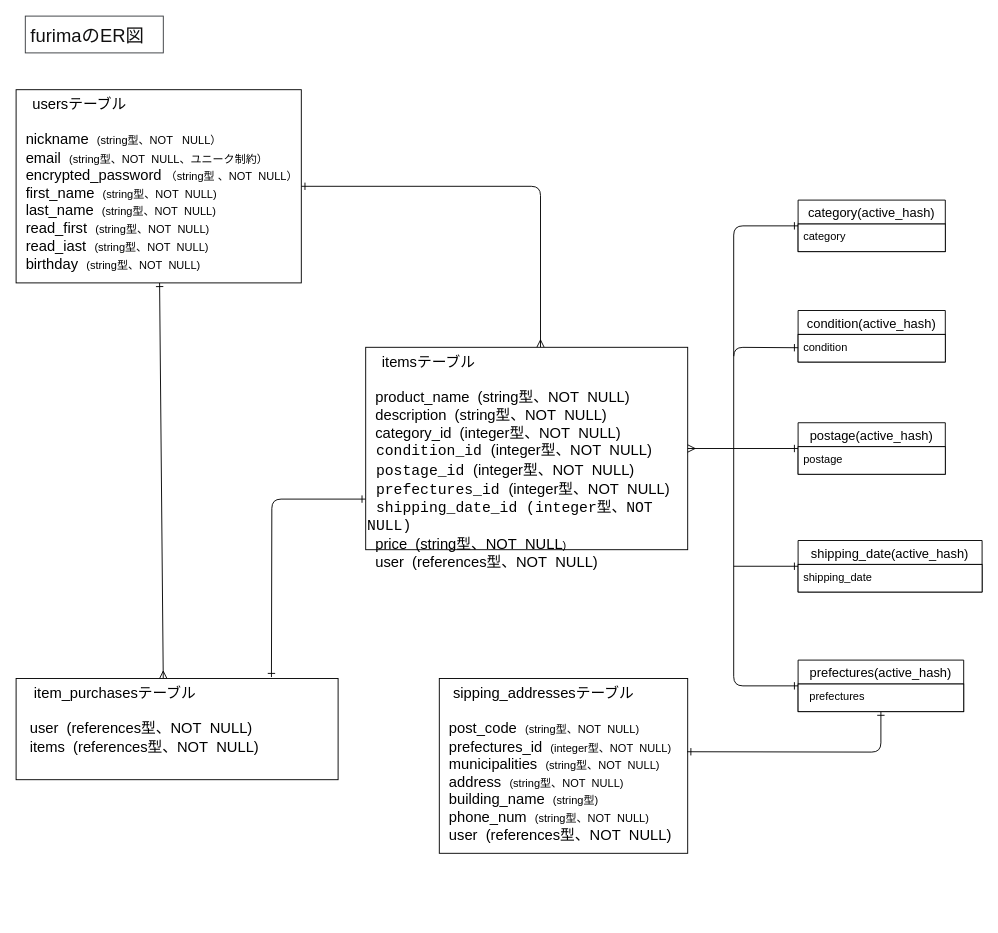
saku-naka/furima-39533 keeps this draw.io diagram as er.dio. Above is the earlier version. Source tidied: cells renumbered, new cells numbered last; positions are measured from the earlier drawing's top-left corner, leaving out a move shared by most shapes. Both pictures are drawn from the tidied source at 92%, with x=0, y=0 at pixel (16, 16).
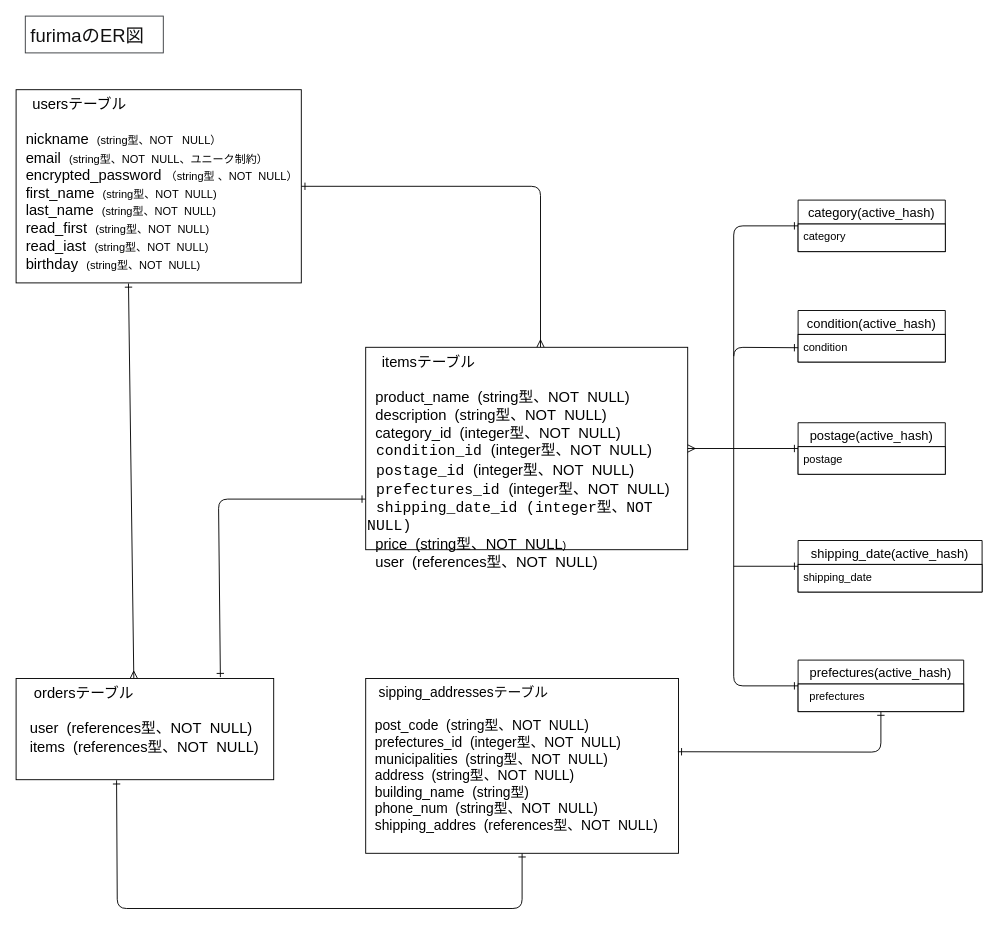
The same page after the edit.

Commit message (it also covers changes not shown here):
訂正しました

Unchanged cells that the change refers to:
```xml
<mxCell id="5" value="　usersテーブル&lt;br&gt;&lt;br&gt;&amp;nbsp; nickname&amp;nbsp; &lt;font style=&quot;font-size: 12px;&quot;&gt;(string型、NOT&amp;nbsp; &amp;nbsp;NULL）&lt;/font&gt;&lt;br&gt;&amp;nbsp; email&amp;nbsp;&amp;nbsp;&lt;span style=&quot;font-size: 12px;&quot;&gt;(string型、NOT&amp;nbsp; NULL、ユニーク制約）&lt;/span&gt;&lt;br&gt;&amp;nbsp; encrypted_password&amp;nbsp;&lt;font style=&quot;font-size: 12px;&quot;&gt;（string型 、NOT&amp;nbsp; NULL）&lt;/font&gt;&lt;br&gt;&amp;nbsp; first_name&amp;nbsp; &lt;font style=&quot;font-size: 12px;&quot;&gt;(string型、NOT&amp;nbsp; NULL)&lt;/font&gt;&lt;br&gt;&amp;nbsp; last_name&amp;nbsp; &lt;font style=&quot;font-size: 12px;&quot;&gt;(string型、NOT&amp;nbsp; NULL)&lt;br&gt;&lt;/font&gt;&amp;nbsp; read_first&amp;nbsp;&amp;nbsp;&lt;font style=&quot;font-size: 12px;&quot;&gt;(string型、NOT&amp;nbsp; NULL)&lt;br&gt;&lt;/font&gt;&amp;nbsp; read_iast&amp;nbsp;&amp;nbsp;&lt;font style=&quot;font-size: 12px;&quot;&gt;(string型、NOT&amp;nbsp; NULL)&lt;/font&gt;&lt;br&gt;&amp;nbsp; birthday&amp;nbsp; &lt;font style=&quot;font-size: 12px;&quot;&gt;(string型、NOT&amp;nbsp; NULL)&lt;/font&gt;" style="rounded=0;whiteSpace=wrap;html=1;fontSize=16;align=left;verticalAlign=top;direction=west;labelBackgroundColor=none;fillColor=default;" parent="1" vertex="1">
  <mxGeometry y="80" width="310" height="210" as="geometry" />
</mxCell>
<mxCell id="7" value="　itemsテーブル&lt;br&gt;&lt;br&gt;&amp;nbsp;&lt;font style=&quot;font-size: 16px;&quot;&gt; product_name&amp;nbsp; &lt;font style=&quot;font-size: 16px;&quot;&gt;(string型、NOT&amp;nbsp; NULL)&lt;/font&gt;&lt;br&gt;&amp;nbsp; description&amp;nbsp; &lt;font style=&quot;font-size: 16px;&quot;&gt;(string型、NOT&amp;nbsp; NULL)&lt;/font&gt;&lt;br&gt;&amp;nbsp; &lt;font style=&quot;font-size: 16px;&quot;&gt;category_id&amp;nbsp; (integer型、NOT&amp;nbsp; NULL)&lt;br&gt;&lt;/font&gt;&lt;span style=&quot;font-family: Consolas, &amp;quot;Courier New&amp;quot;, monospace;&quot;&gt;&amp;nbsp;condition_id&amp;nbsp;&lt;/span&gt;(integer型、NOT&amp;nbsp; NULL)&lt;br&gt;&lt;span style=&quot;font-family: Consolas, &amp;quot;Courier New&amp;quot;, monospace;&quot;&gt;&amp;nbsp;&lt;/span&gt;&lt;span style=&quot;font-family: Consolas, &amp;quot;Courier New&amp;quot;, monospace;&quot;&gt;postage_id&amp;nbsp;&lt;/span&gt;(integer型、NOT&amp;nbsp; NULL)&lt;br&gt;&lt;span style=&quot;font-family: Consolas, &amp;quot;Courier New&amp;quot;, monospace;&quot;&gt;&amp;nbsp;prefectures&lt;/span&gt;&lt;span style=&quot;font-family: Consolas, &amp;quot;Courier New&amp;quot;, monospace;&quot;&gt;_id&amp;nbsp;&lt;/span&gt;(integer型、NOT&amp;nbsp; NULL)&lt;br&gt;&lt;/font&gt;&lt;div style=&quot;font-family: Consolas, &amp;quot;Courier New&amp;quot;, monospace; line-height: 19px;&quot;&gt;&lt;font style=&quot;font-size: 16px;&quot;&gt;&amp;nbsp;shipping_date_id (integer型、NOT NULL)&lt;/font&gt;&lt;/div&gt;&lt;font style=&quot;font-size: 16px;&quot;&gt;&amp;nbsp; price&amp;nbsp; &lt;font style=&quot;font-size: 16px;&quot;&gt;(string型、NOT&amp;nbsp; NULL&lt;/font&gt;&lt;/font&gt;&lt;font style=&quot;font-size: 12px;&quot;&gt;)&lt;/font&gt;&lt;br&gt;&amp;nbsp; user&amp;nbsp; (references型、NOT&amp;nbsp; NULL)" style="rounded=0;whiteSpace=wrap;html=1;fontSize=16;align=left;verticalAlign=top;labelBackgroundColor=none;" parent="1" vertex="1">
  <mxGeometry x="380" y="360" width="350" height="220" as="geometry" />
</mxCell>
```

Change to the diagram source:
```diff
@@
-    <mxCell id="4" style="edgeStyle=none;html=1;fontSize=16;startArrow=ERone;startFill=0;endArrow=ERmany;endFill=0;entryX=0.457;entryY=0;entryDx=0;entryDy=0;entryPerimeter=0;labelBackgroundColor=none;" parent="1" edge="1" source="5" target="8">
+    <mxCell id="4" style="edgeStyle=none;html=1;fontSize=16;startArrow=ERone;startFill=0;endArrow=ERmany;endFill=0;entryX=0.457;entryY=0;entryDx=0;entryDy=0;entryPerimeter=0;labelBackgroundColor=none;exitX=0.606;exitY=-0.003;exitDx=0;exitDy=0;exitPerimeter=0;" parent="1" edge="1" source="5" target="8">
       <mxGeometry relative="1" as="geometry" />
     </mxCell>
@@
     <mxCell id="6" style="edgeStyle=none;html=1;exitX=0;exitY=0.75;exitDx=0;exitDy=0;entryX=0.793;entryY=-0.014;entryDx=0;entryDy=0;entryPerimeter=0;fontSize=16;startArrow=ERone;startFill=0;endArrow=ERone;endFill=0;labelBackgroundColor=none;" parent="1" edge="1" source="7" target="8">
       <mxGeometry relative="1" as="geometry">
         <Array as="points">
-          <mxPoint x="278" y="525" />
+          <mxPoint x="220" y="525" />
         </Array>
       </mxGeometry>
     </mxCell>
@@
-    <mxCell id="8" value="&amp;nbsp; &amp;nbsp; item_purchasesテーブル&lt;br&gt;&lt;br&gt;&amp;nbsp;&amp;nbsp;&amp;nbsp;user&amp;nbsp; (references型、NOT&amp;nbsp; NULL)&lt;br&gt;&amp;nbsp; &amp;nbsp;items&amp;nbsp; (references型、NOT&amp;nbsp; NULL)" style="rounded=0;whiteSpace=wrap;html=1;fontSize=16;align=left;verticalAlign=top;labelBackgroundColor=none;" parent="1" vertex="1">
-      <mxGeometry y="720" width="350" height="110" as="geometry" />
+    <mxCell id="8" value="&amp;nbsp; &amp;nbsp; ordersテーブル&lt;br&gt;&lt;br&gt;&amp;nbsp;&amp;nbsp;&amp;nbsp;user&amp;nbsp; (references型、NOT&amp;nbsp; NULL)&lt;br&gt;&amp;nbsp; &amp;nbsp;items&amp;nbsp; (references型、NOT&amp;nbsp; NULL)" style="rounded=0;whiteSpace=wrap;html=1;fontSize=16;align=left;verticalAlign=top;labelBackgroundColor=none;" parent="1" vertex="1">
+      <mxGeometry y="720" width="280" height="110" as="geometry" />
     </mxCell>
+    <mxCell id="26" style="edgeStyle=none;html=1;entryX=0.39;entryY=1.006;entryDx=0;entryDy=0;entryPerimeter=0;fontSize=15;startArrow=ERone;startFill=0;endArrow=ERone;endFill=0;" parent="1" edge="1" source="9" target="8">
+      <mxGeometry relative="1" as="geometry">
+        <Array as="points">
+          <mxPoint x="550" y="970" />
+          <mxPoint x="110" y="970" />
+        </Array>
+      </mxGeometry>
+    </mxCell>
-    <mxCell id="9" value="&amp;nbsp; &amp;nbsp;sipping_addresses&lt;span style=&quot;background-color: initial;&quot;&gt;テーブル&lt;/span&gt;&lt;br&gt;&lt;br&gt;&amp;nbsp; post_code&amp;nbsp;&amp;nbsp;&lt;font style=&quot;font-size: 12px;&quot;&gt;(string型、NOT&amp;nbsp; NULL)&lt;/font&gt;&lt;br&gt;&amp;nbsp; prefectures_id&amp;nbsp;&amp;nbsp;&lt;font style=&quot;font-size: 12px;&quot;&gt;(integer型、NOT&amp;nbsp; NULL)&lt;/font&gt;&lt;br&gt;&amp;nbsp; municipalities&amp;nbsp;&amp;nbsp;&lt;font style=&quot;font-size: 12px;&quot;&gt;(string型、NOT&amp;nbsp; NULL)&lt;/font&gt;&lt;br&gt;&amp;nbsp; address&amp;nbsp;&amp;nbsp;&lt;font style=&quot;font-size: 12px;&quot;&gt;(string型、NOT&amp;nbsp; NULL)&lt;/font&gt;&lt;br&gt;&amp;nbsp; building_name&amp;nbsp;&amp;nbsp;&lt;font style=&quot;font-size: 12px;&quot;&gt;(string型)&lt;/font&gt;&lt;br&gt;&amp;nbsp; phone_num&amp;nbsp;&amp;nbsp;&lt;font style=&quot;font-size: 12px;&quot;&gt;(string型、NOT&amp;nbsp; NULL)&lt;br&gt;&lt;span style=&quot;font-size: 16px;&quot;&gt;&amp;nbsp; user&amp;nbsp; (references型、NOT&amp;nbsp; NULL)&lt;/span&gt;&lt;br&gt;&lt;/font&gt;" style="rounded=0;whiteSpace=wrap;html=1;fontSize=16;align=left;verticalAlign=top;labelBackgroundColor=none;" parent="1" vertex="1">
-      <mxGeometry x="460" y="720" width="270" height="190" as="geometry" />
+    <mxCell id="9" value="&amp;nbsp; &amp;nbsp;sipping_addresses&lt;span style=&quot;background-color: initial; font-size: 15px;&quot;&gt;テーブル&lt;/span&gt;&lt;br style=&quot;font-size: 15px;&quot;&gt;&lt;br style=&quot;font-size: 15px;&quot;&gt;&amp;nbsp; post_code&amp;nbsp;&amp;nbsp;&lt;font style=&quot;font-size: 15px;&quot;&gt;(string型、NOT&amp;nbsp; NULL)&lt;/font&gt;&lt;br style=&quot;font-size: 15px;&quot;&gt;&amp;nbsp; prefectures_id&amp;nbsp;&amp;nbsp;&lt;font style=&quot;font-size: 15px;&quot;&gt;(integer型、NOT&amp;nbsp; NULL)&lt;/font&gt;&lt;br style=&quot;font-size: 15px;&quot;&gt;&amp;nbsp; municipalities&amp;nbsp;&amp;nbsp;&lt;font style=&quot;font-size: 15px;&quot;&gt;(string型、NOT&amp;nbsp; NULL)&lt;/font&gt;&lt;br style=&quot;font-size: 15px;&quot;&gt;&amp;nbsp; address&amp;nbsp;&amp;nbsp;&lt;font style=&quot;font-size: 15px;&quot;&gt;(string型、NOT&amp;nbsp; NULL)&lt;/font&gt;&lt;br style=&quot;font-size: 15px;&quot;&gt;&amp;nbsp; building_name&amp;nbsp;&amp;nbsp;&lt;font style=&quot;font-size: 15px;&quot;&gt;(string型)&lt;/font&gt;&lt;br style=&quot;font-size: 15px;&quot;&gt;&amp;nbsp; phone_num&amp;nbsp;&amp;nbsp;&lt;font style=&quot;font-size: 15px;&quot;&gt;(string型、NOT&amp;nbsp; NULL)&lt;br style=&quot;font-size: 15px;&quot;&gt;&lt;span style=&quot;font-size: 15px;&quot;&gt;&amp;nbsp; shipping_addres&amp;nbsp; (references型、NOT&amp;nbsp; NULL)&lt;/span&gt;&lt;br style=&quot;font-size: 15px;&quot;&gt;&lt;/font&gt;" style="rounded=0;whiteSpace=wrap;html=1;fontSize=15;align=left;verticalAlign=top;labelBackgroundColor=none;" parent="1" vertex="1">
+      <mxGeometry x="380" y="720" width="340" height="190" as="geometry" />
     </mxCell>
```
